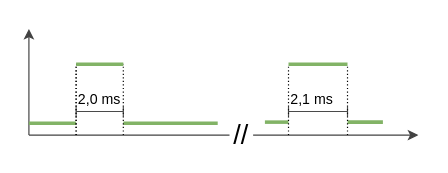
Above: debugging_von_embedded_softwar_in_der_praxis/Figuren/Timing_Diagram.drawio in lparolin/presentation (draw.io), before the change. Source tidied: cells renumbered, new cells numbered last; positions are measured from the earlier drawing's top-left corner, leaving out a move shared by most shapes. Both pictures are drawn from the tidied source at 118%, with x=0, y=0 at pixel (28, 28).
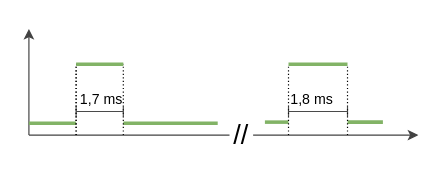
After the change.

Change to the diagram source:
```diff
@@
-    <mxCell id="15" value="2,0 ms" style="text;html=1;whiteSpace=wrap;strokeColor=none;fillColor=none;align=center;verticalAlign=middle;rounded=0;" parent="1" vertex="1">
+    <mxCell id="15" value="&amp;nbsp;1,7 ms" style="text;html=1;whiteSpace=wrap;strokeColor=none;fillColor=none;align=center;verticalAlign=middle;rounded=0;" parent="1" vertex="1">
       <mxGeometry x="30" y="45" width="60" height="30" as="geometry" />
     </mxCell>
-    <mxCell id="16" value="2,1 ms" style="text;html=1;whiteSpace=wrap;strokeColor=none;fillColor=none;align=center;verticalAlign=middle;rounded=0;" parent="1" vertex="1">
+    <mxCell id="16" value="1,8 ms" style="text;html=1;whiteSpace=wrap;strokeColor=none;fillColor=none;align=center;verticalAlign=middle;rounded=0;" parent="1" vertex="1">
       <mxGeometry x="210" y="45" width="60" height="30" as="geometry" />
     </mxCell>
```
